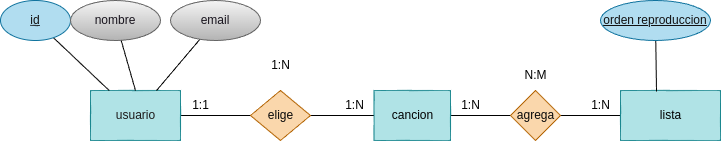
Before: tareas/tarea-3/images/ejercicio13.drawio.png, a diagram exported from draw.io (betancorge/base-datos-2). Source tidied: cells renumbered, new cells last; positions are measured from the earlier drawing's top-left corner, leaving out a move shared by most shapes.
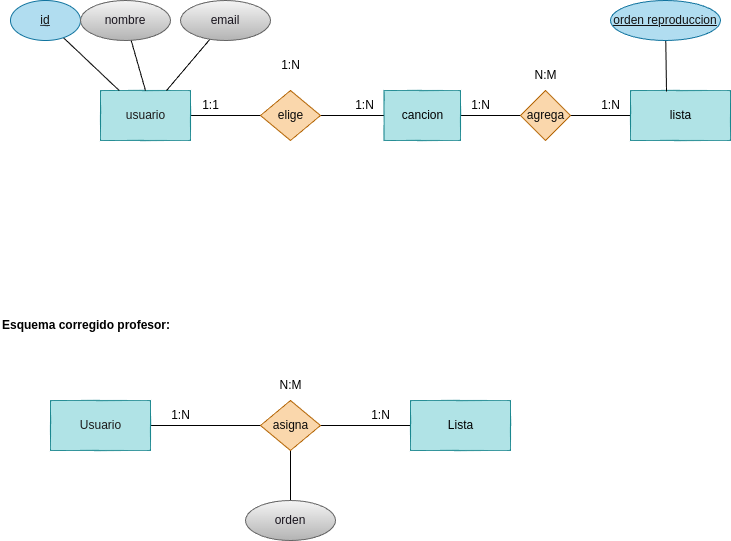
The same diagram one commit later.

Change to the diagram source:
```diff
@@ -73,5 +73,38 @@
     <mxCell id="24" value="orden reproduccion" style="ellipse;whiteSpace=wrap;html=1;align=center;fontStyle=4;fillColor=#b1ddf0;strokeColor=#10739e;fontColor=#121111;" parent="1" vertex="1">
       <mxGeometry x="600" width="110" height="40" as="geometry" />
     </mxCell>
+    <mxCell id="25" value="&lt;h1 style=&quot;margin-top: 0px;&quot;&gt;&lt;font style=&quot;font-size: 12px;&quot;&gt;Esquema corregido profesor:&lt;/font&gt;&lt;/h1&gt;" style="text;html=1;whiteSpace=wrap;overflow=hidden;rounded=0;" parent="1" vertex="1">
+      <mxGeometry x="-10" y="300" width="190" height="50" as="geometry" />
+    </mxCell>
+    <mxCell id="26" style="edgeStyle=none;html=1;entryX=0;entryY=0.5;entryDx=0;entryDy=0;endArrow=none;endFill=0;" parent="1" edge="1" source="27" target="30">
+      <mxGeometry relative="1" as="geometry" />
+    </mxCell>
+    <mxCell id="27" value="&lt;font color=&quot;#1d1b1b&quot;&gt;Usuario&lt;/font&gt;" style="html=1;dashed=0;whitespace=wrap;fillColor=#b0e3e6;strokeColor=#0e8088;" parent="1" vertex="1">
+      <mxGeometry x="40" y="400" width="100" height="50" as="geometry" />
+    </mxCell>
+    <mxCell id="28" style="edgeStyle=none;html=1;exitX=1;exitY=0.5;exitDx=0;exitDy=0;entryX=0;entryY=0.5;entryDx=0;entryDy=0;endArrow=none;endFill=0;" parent="1" edge="1" source="30" target="31">
+      <mxGeometry relative="1" as="geometry" />
+    </mxCell>
+    <mxCell id="29" style="edgeStyle=none;html=1;entryX=0.5;entryY=0;entryDx=0;entryDy=0;endArrow=none;endFill=0;" parent="1" edge="1" source="30" target="35">
+      <mxGeometry relative="1" as="geometry" />
+    </mxCell>
+    <mxCell id="30" value="&lt;font color=&quot;#0a0a0a&quot;&gt;asigna&lt;/font&gt;" style="shape=rhombus;html=1;dashed=0;whitespace=wrap;perimeter=rhombusPerimeter;fillColor=#fad7ac;strokeColor=#b46504;" parent="1" vertex="1">
+      <mxGeometry x="250" y="400" width="60" height="50" as="geometry" />
+    </mxCell>
+    <mxCell id="31" value="&lt;font color=&quot;#000000&quot;&gt;Lista&lt;/font&gt;" style="html=1;dashed=0;whitespace=wrap;fillColor=#b0e3e6;strokeColor=#0e8088;" parent="1" vertex="1">
+      <mxGeometry x="400" y="400" width="100" height="50" as="geometry" />
+    </mxCell>
+    <mxCell id="32" value="1:N" style="text;html=1;align=center;verticalAlign=middle;strokeColor=none;fillColor=none;" parent="1" vertex="1">
+      <mxGeometry x="350" y="400" width="40" height="30" as="geometry" />
+    </mxCell>
+    <mxCell id="33" value="1:N" style="text;html=1;align=center;verticalAlign=middle;strokeColor=none;fillColor=none;" parent="1" vertex="1">
+      <mxGeometry x="150" y="400" width="40" height="30" as="geometry" />
+    </mxCell>
+    <mxCell id="34" value="N:M" style="text;html=1;align=center;verticalAlign=middle;strokeColor=none;fillColor=none;" parent="1" vertex="1">
+      <mxGeometry x="255" y="370" width="50" height="30" as="geometry" />
+    </mxCell>
+    <mxCell id="35" value="&lt;font color=&quot;#18141d&quot;&gt;orden&lt;/font&gt;" style="ellipse;whiteSpace=wrap;html=1;align=center;fillColor=#f5f5f5;gradientColor=#b3b3b3;strokeColor=#666666;" parent="1" vertex="1">
+      <mxGeometry x="235" y="500" width="90" height="40" as="geometry" />
+    </mxCell>
   </root>
 </mxGraphModel>
```
